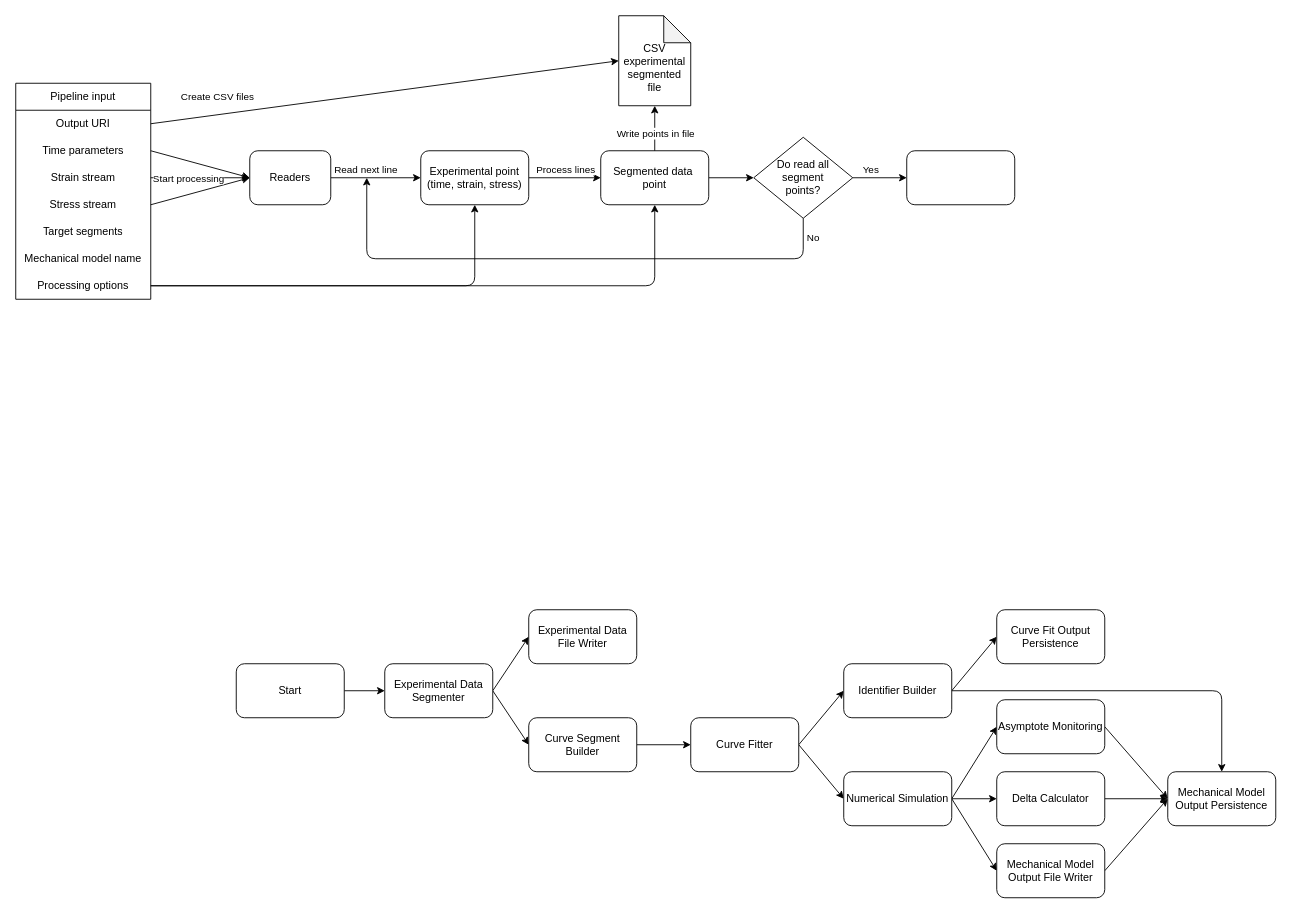
Before: prompts/flowcharts.drawio in mellosilveira/Tools, a draw.io diagram. Source tidied: cells renumbered, new cells numbered last; positions are measured from the earlier drawing's top-left corner, leaving out a move shared by most shapes. Both pictures are drawn from the tidied source at 90%, with x=0, y=0 at pixel (15, 15).
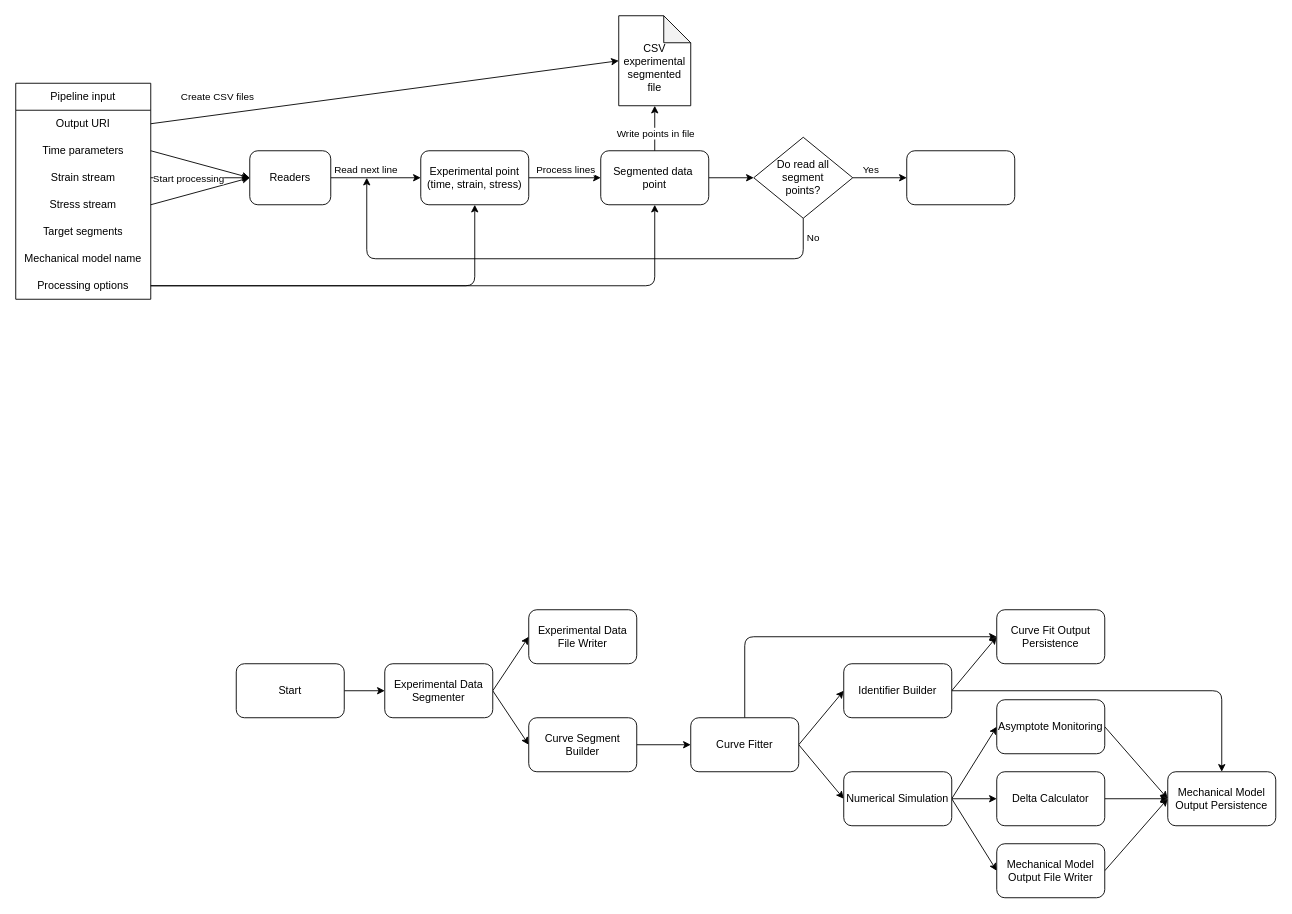
After the change.

Unchanged cells that the change refers to:
```xml
<mxCell id="45" value="Curve Fitter" style="rounded=1;whiteSpace=wrap;html=1;" parent="1" vertex="1">
  <mxGeometry x="750" y="780" width="120" height="60" as="geometry" />
</mxCell>
<mxCell id="49" value="Curve Fit Output Persistence" style="rounded=1;whiteSpace=wrap;html=1;" parent="1" vertex="1">
  <mxGeometry x="1090" y="660" width="120" height="60" as="geometry" />
</mxCell>
```

Change to the diagram source:
```diff
@@
+    <mxCell id="61" style="edgeStyle=none;html=1;exitX=0.5;exitY=0;exitDx=0;exitDy=0;entryX=0;entryY=0.5;entryDx=0;entryDy=0;" parent="1" edge="1" source="45" target="49">
+      <mxGeometry relative="1" as="geometry">
+        <Array as="points">
+          <mxPoint x="810" y="690" />
+        </Array>
+      </mxGeometry>
+    </mxCell>
```
